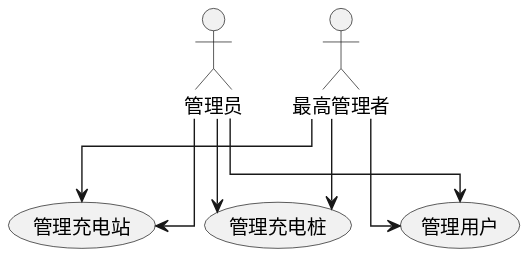
Earlier version of the PlantUML export usecase/docs/backend/img/basic_info.svg (greenhandzdl/charging-station-doc).
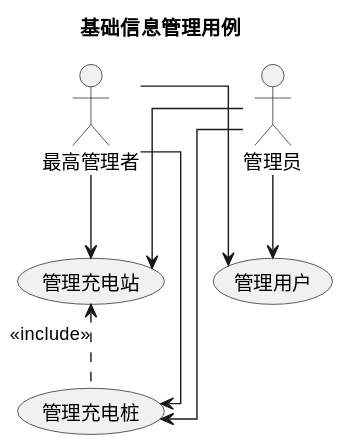
The same diagram one commit later.

Diff of the diagram source:
```diff
@@ -1,4 +1,5 @@
 @startuml
+title 基础信息管理用例
 skinparam linetype ortho
 
 actor "管理员" as A
@@ -14,4 +15,6 @@
 SA --> 管理充电站
 SA --> 管理充电桩
 SA --> 管理用户
+
+管理充电站 <.down. 管理充电桩 : <<include>>
 @enduml
```
